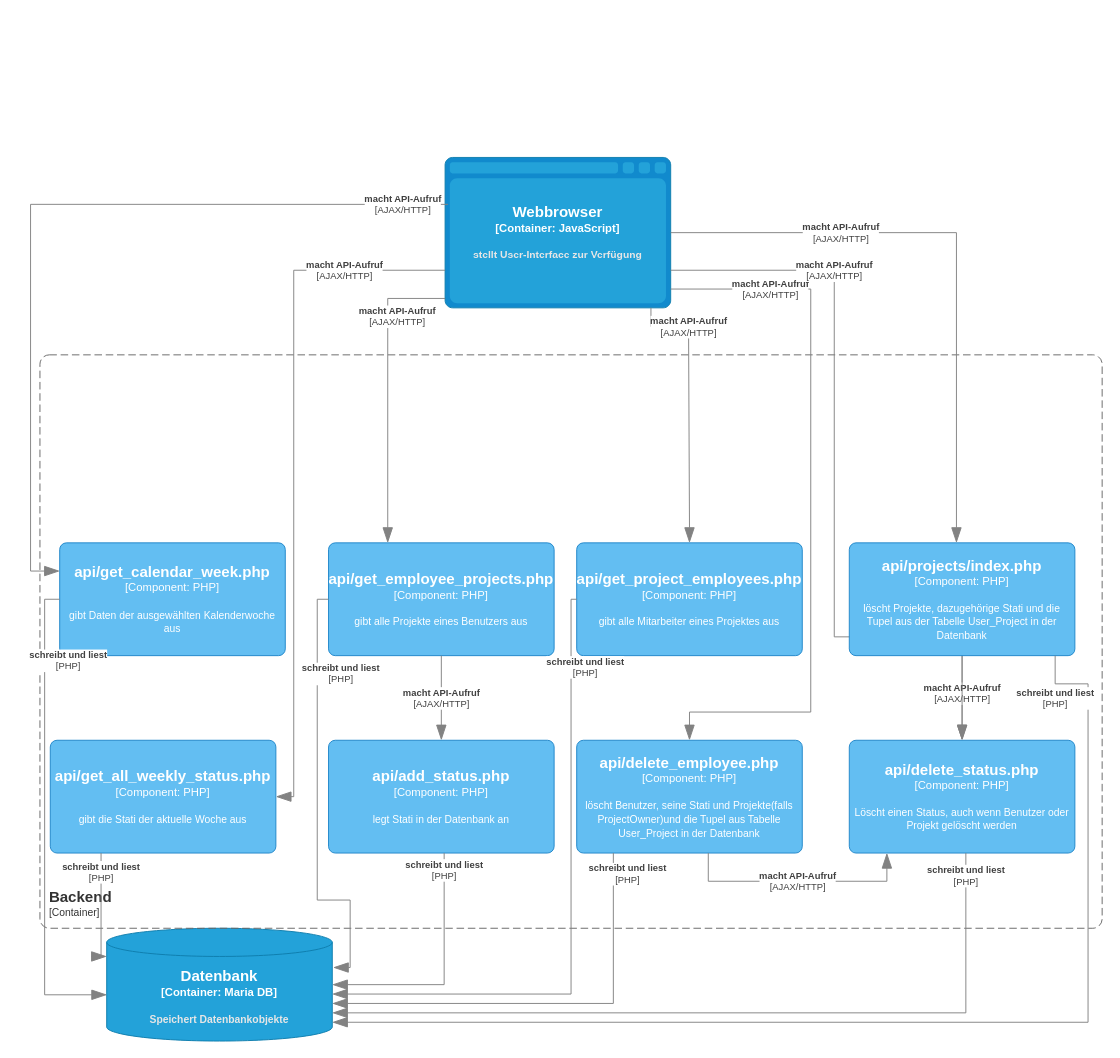
Above: docs/architecture/images/c4 3 schicht feiertage.drawio in PowerOfCreation/E1Ressourcenverwaltung (draw.io), before the change. Source tidied: cells renumbered, new cells numbered last; positions are measured from the earlier drawing's top-left corner, leaving out a move shared by most shapes. Both pictures are drawn from the tidied source at 94%, with x=0, y=0 at pixel (30, 157).
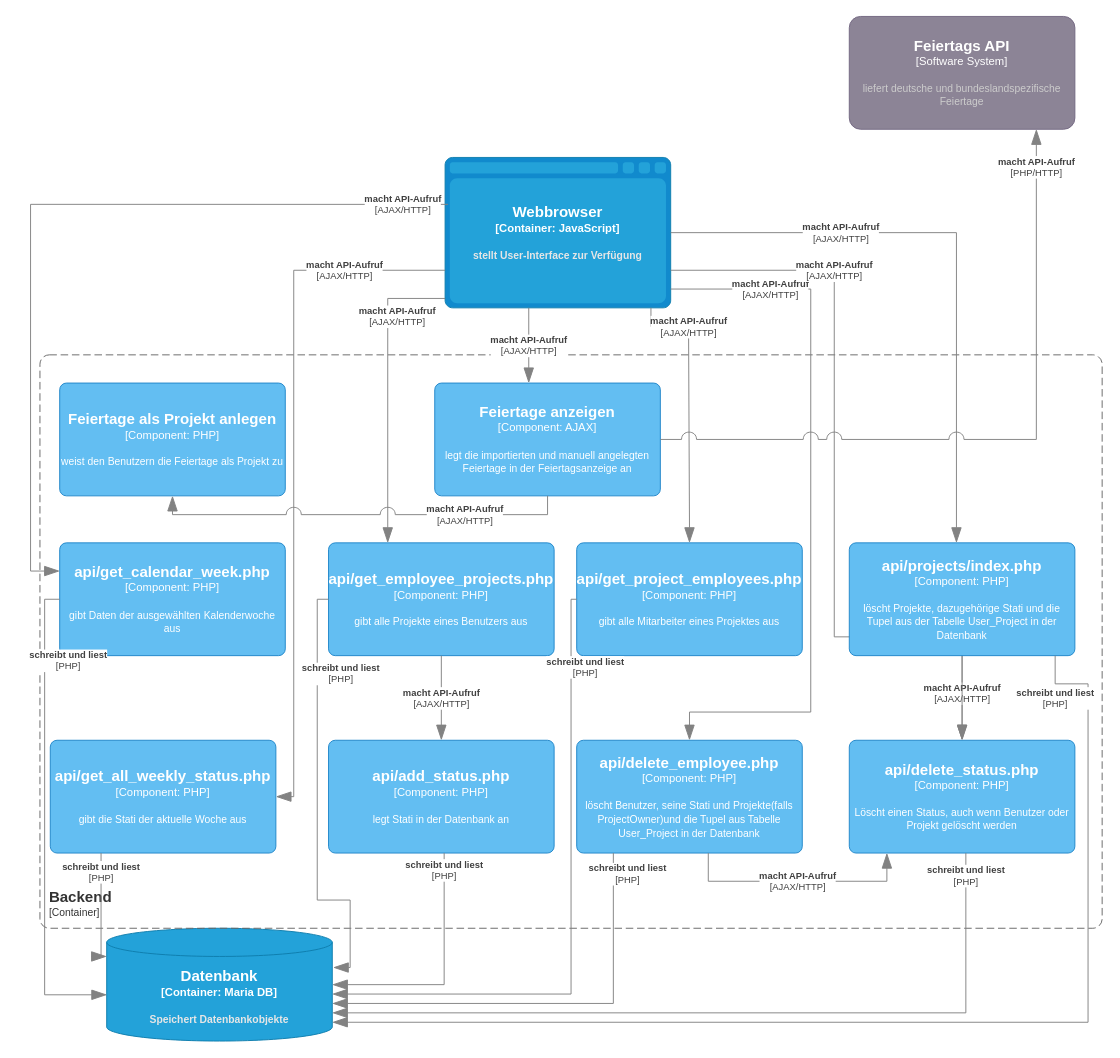
The same page after the edit.

Commit message (it also covers changes not shown here):
Fehler behoben

The change refers to these unchanged cells:
```xml
<object id="3" label="&lt;font style=&quot;font-size: 16px&quot;&gt;&lt;b&gt;%c4Type%&lt;/font&gt;&lt;div&gt;[%c4Container%:&amp;nbsp;%c4Technology%]&lt;/div&gt;&lt;br&gt;&lt;div&gt;&lt;font style=&quot;font-size: 11px&quot;&gt;&lt;font color=&quot;#E6E6E6&quot;&gt;%c4Description%&lt;/font&gt;&lt;/div&gt;" c4Container="Container" c4Description="stellt User-Interface zur Verfügung" c4Technology="JavaScript" c4Type="Webbrowser" placeholders="1">
  <mxCell style="shape=mxgraph.c4.webBrowserContainer;whiteSpace=wrap;html=1;boundedLbl=1;rounded=0;labelBackgroundColor=none;fillColor=#118ACD;fontSize=12;fontColor=#ffffff;align=center;strokeColor=#0E7DAD;points=[[0.5,0,0],[1,0.25,0],[1,0.5,0],[1,0.75,0],[0.5,1,0],[0,0.75,0],[0,0.5,0],[0,0.25,0]];" parent="1" vertex="1">
    <mxGeometry x="441" width="240" height="160" as="geometry" />
  </mxCell>
</object>
```

Diff of the diagram source:
```diff
@@
+    <object id="31" label="&lt;font style=&quot;font-size: 16px&quot;&gt;&lt;b&gt;%c4Name%&lt;/b&gt;&lt;/font&gt;&lt;div&gt;[%c4Type%]&lt;/div&gt;&lt;br&gt;&lt;div&gt;&lt;font style=&quot;font-size: 11px&quot;&gt;&lt;font color=&quot;#cccccc&quot;&gt;%c4Description%&lt;/font&gt;&lt;/div&gt;" c4Description="liefert deutsche und bundeslandspezifische Feiertage " c4Name="Feiertags API" c4Type="Software System" placeholders="1">
+      <mxCell style="rounded=1;whiteSpace=wrap;html=1;labelBackgroundColor=none;fillColor=#8C8496;fontColor=#ffffff;align=center;arcSize=10;strokeColor=#736782;points=[[0.25,0,0],[0.5,0,0],[0.75,0,0],[1,0.25,0],[1,0.5,0],[1,0.75,0],[0.75,1,0],[0.5,1,0],[0.25,1,0],[0,0.75,0],[0,0.5,0],[0,0.25,0]];" parent="1" vertex="1">
+        <mxGeometry x="871" y="-150" width="240" height="120" as="geometry" />
+      </mxCell>
+    </object>
@@
+    <object id="32" label="&lt;font style=&quot;font-size: 16px&quot;&gt;&lt;b&gt;%c4Name%&lt;/b&gt;&lt;/font&gt;&lt;div&gt;[%c4Type%: %c4Technology%]&lt;/div&gt;&lt;br&gt;&lt;div&gt;&lt;font style=&quot;font-size: 11px&quot;&gt;%c4Description%&lt;/font&gt;&lt;/div&gt;" c4Description="weist den Benutzern die Feiertage als Projekt zu" c4Name="Feiertage als Projekt anlegen" c4Technology="PHP" c4Type="Component" placeholders="1">
+      <mxCell style="rounded=1;whiteSpace=wrap;html=1;labelBackgroundColor=none;fillColor=#63BEF2;fontColor=#ffffff;align=center;arcSize=6;strokeColor=#2086C9;points=[[0.25,0,0],[0.5,0,0],[0.75,0,0],[1,0.25,0],[1,0.5,0],[1,0.75,0],[0.75,1,0],[0.5,1,0],[0.25,1,0],[0,0.75,0],[0,0.5,0],[0,0.25,0]];" parent="1" vertex="1">
+        <mxGeometry x="31" y="240" width="240" height="120" as="geometry" />
+      </mxCell>
+    </object>
+    <object id="33" label="&lt;font style=&quot;font-size: 16px&quot;&gt;&lt;b&gt;%c4Name%&lt;/b&gt;&lt;/font&gt;&lt;div&gt;[%c4Type%: %c4Technology%]&lt;/div&gt;&lt;br&gt;&lt;div&gt;&lt;font style=&quot;font-size: 11px&quot;&gt;%c4Description%&lt;/font&gt;&lt;/div&gt;" c4Description="legt die importierten und manuell angelegten Feiertage in der Feiertagsanzeige an" c4Name="Feiertage anzeigen&#10;" c4Technology="AJAX" c4Type="Component" placeholders="1">
+      <mxCell style="rounded=1;whiteSpace=wrap;html=1;labelBackgroundColor=none;fillColor=#63BEF2;fontColor=#ffffff;align=center;arcSize=6;strokeColor=#2086C9;points=[[0.25,0,0],[0.5,0,0],[0.75,0,0],[1,0.25,0],[1,0.5,0],[1,0.75,0],[0.75,1,0],[0.5,1,0],[0.25,1,0],[0,0.75,0],[0,0.5,0],[0,0.25,0]];" parent="1" vertex="1">
+        <mxGeometry x="430" y="240" width="240" height="120" as="geometry" />
+      </mxCell>
+    </object>
+    <object id="34" label="&lt;div style=&quot;text-align: left&quot;&gt;&lt;div style=&quot;text-align: center&quot;&gt;&lt;b&gt;%c4Description%&lt;/b&gt;&lt;/div&gt;&lt;div style=&quot;text-align: center&quot;&gt;[%c4Technology%]&lt;/div&gt;&lt;/div&gt;" c4Description="macht API-Aufruf" c4Technology="AJAX/HTTP" placeholders="1">
+      <mxCell style="endArrow=blockThin;html=1;fontSize=10;fontColor=#404040;strokeWidth=1;endFill=1;strokeColor=#828282;elbow=vertical;endSize=14;startSize=14;jumpStyle=arc;jumpSize=16;rounded=0;edgeStyle=orthogonalEdgeStyle;" parent="1" edge="1" source="3" target="33">
+        <mxGeometry relative="1" as="geometry">
+          <Array as="points">
+            <mxPoint x="530" y="180" />
+            <mxPoint x="530" y="180" />
+          </Array>
+        </mxGeometry>
+      </mxCell>
+    </object>
+    <object id="35" label="&lt;div style=&quot;text-align: left&quot;&gt;&lt;div style=&quot;text-align: center&quot;&gt;&lt;b&gt;%c4Description%&lt;/b&gt;&lt;/div&gt;&lt;div style=&quot;text-align: center&quot;&gt;[%c4Technology%]&lt;/div&gt;&lt;/div&gt;" c4Description="macht API-Aufruf" c4Technology="PHP/HTTP" placeholders="1">
+      <mxCell style="endArrow=blockThin;html=1;fontSize=10;fontColor=#404040;strokeWidth=1;endFill=1;strokeColor=#828282;elbow=vertical;endSize=14;startSize=14;jumpStyle=arc;jumpSize=16;rounded=0;edgeStyle=orthogonalEdgeStyle;" parent="1" edge="1" source="33" target="31">
+        <mxGeometry x="0.89" relative="1" as="geometry">
+          <Array as="points">
+            <mxPoint x="1070" y="300" />
+            <mxPoint x="1070" y="-150" />
+          </Array>
+        </mxGeometry>
+      </mxCell>
+    </object>
+    <object id="36" label="&lt;div style=&quot;text-align: left&quot;&gt;&lt;div style=&quot;text-align: center&quot;&gt;&lt;b&gt;%c4Description%&lt;/b&gt;&lt;/div&gt;&lt;div style=&quot;text-align: center&quot;&gt;[%c4Technology%]&lt;/div&gt;&lt;/div&gt;" c4Description="macht API-Aufruf" c4Technology="AJAX/HTTP" placeholders="1">
+      <mxCell style="endArrow=blockThin;html=1;fontSize=10;fontColor=#404040;strokeWidth=1;endFill=1;strokeColor=#828282;elbow=vertical;endSize=14;startSize=14;jumpStyle=arc;jumpSize=16;rounded=0;edgeStyle=orthogonalEdgeStyle;" parent="1" edge="1" source="33" target="32">
+        <mxGeometry x="-0.51" relative="1" as="geometry">
+          <Array as="points">
+            <mxPoint x="550" y="380" />
+            <mxPoint x="151" y="380" />
+          </Array>
+        </mxGeometry>
+      </mxCell>
+    </object>
```
